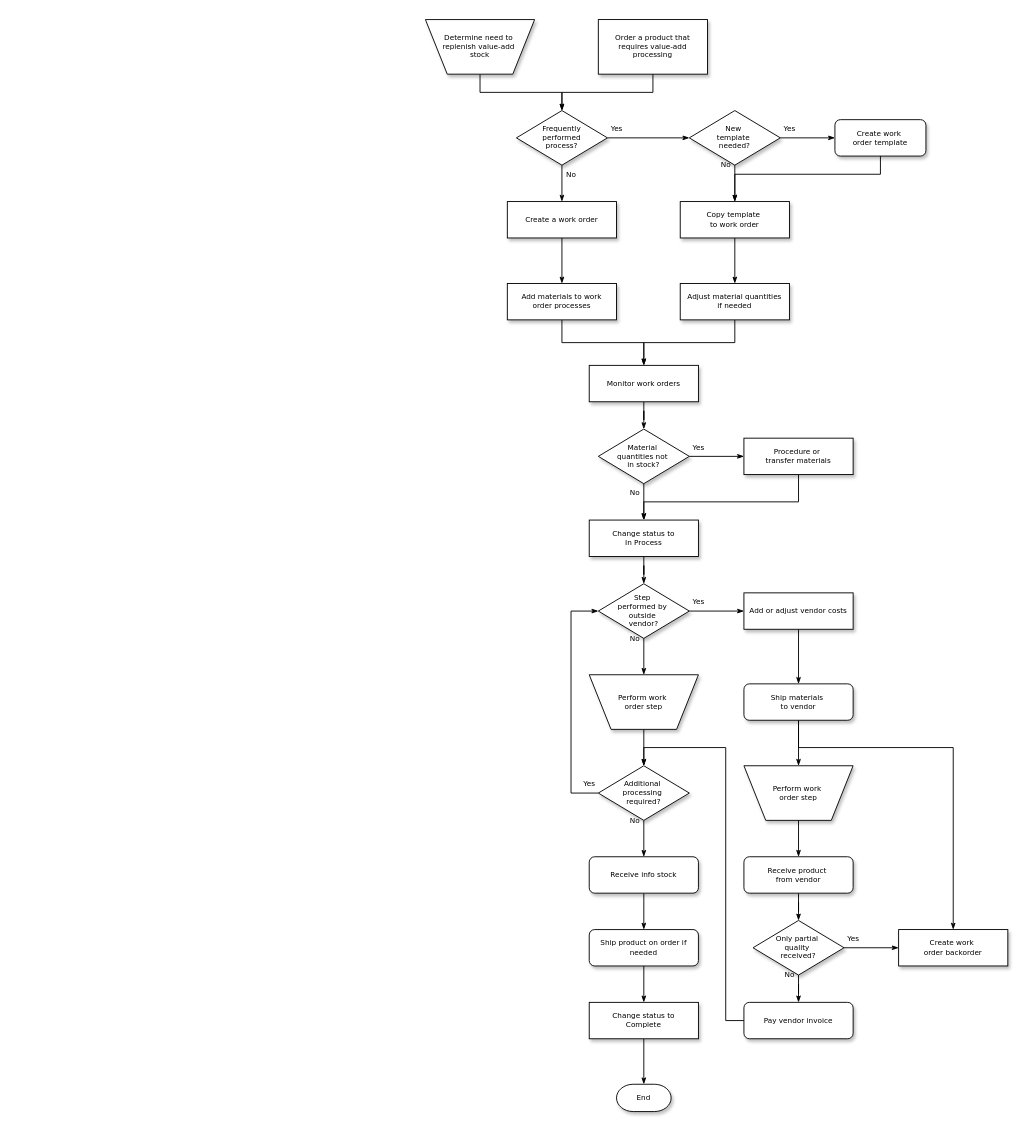
77Torpedo77/study keeps this draw.io diagram as Untitled Diagram.drawio. Above is the earlier version. Source tidied: cells renumbered, new cells numbered last; positions are measured from the earlier drawing's top-left corner, leaving out a move shared by most shapes. Both pictures are drawn from the tidied source at 91%, with x=0, y=0 at pixel (425, 19).
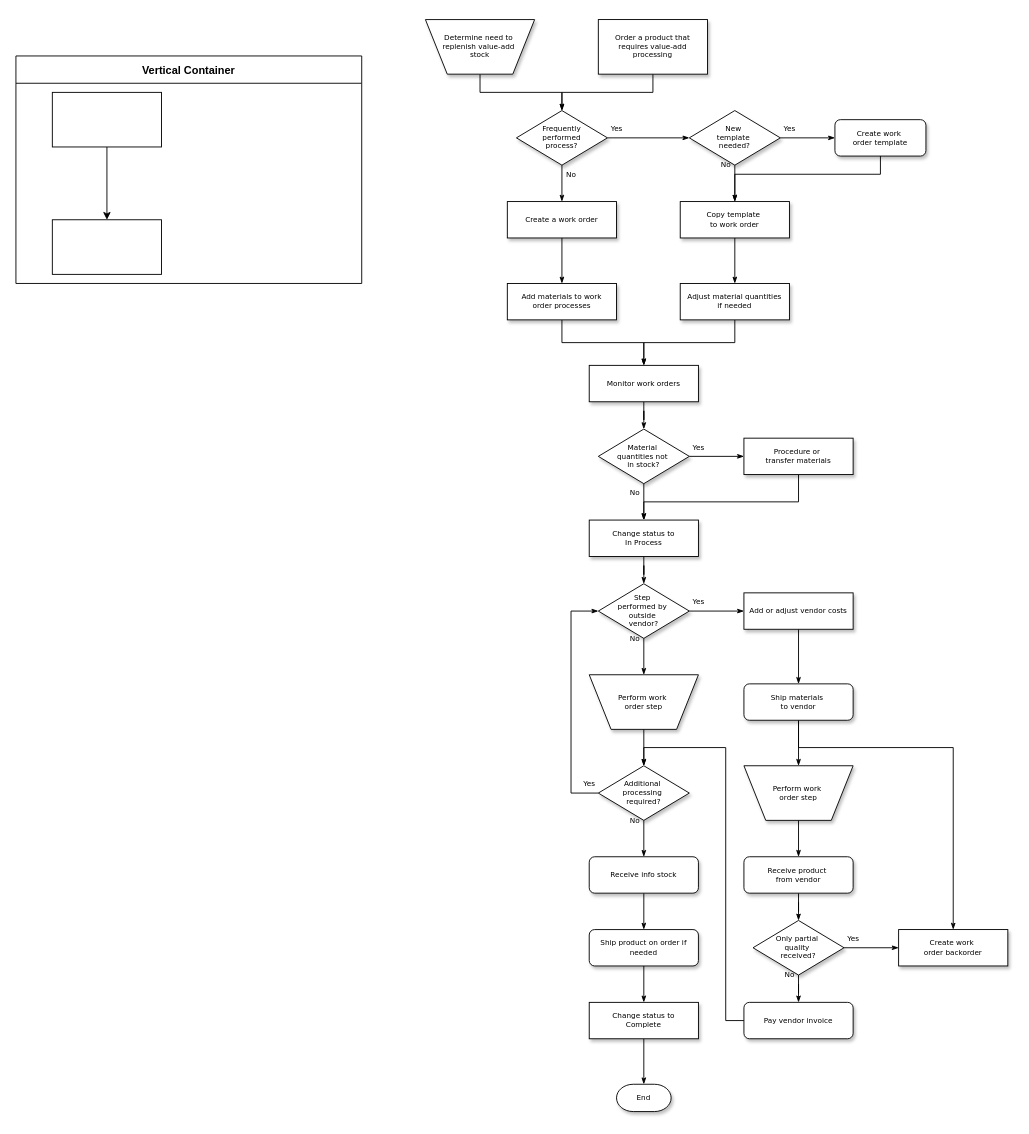
The same diagram, later.

Change to the diagram source:
```diff
@@
+    <mxCell id="61" value="Vertical Container" style="swimlane;startSize=30;" parent="1" vertex="1">
+      <mxGeometry x="-450" y="40" width="380" height="250" as="geometry" />
+    </mxCell>
+    <mxCell id="62" style="edgeStyle=orthogonalEdgeStyle;rounded=0;jettySize=auto;html=1;" parent="61" edge="1" source="63" target="64">
+      <mxGeometry relative="1" as="geometry" />
+    </mxCell>
+    <mxCell id="63" style="whiteSpace=wrap;html=1;" parent="61" vertex="1">
+      <mxGeometry x="40" y="40" width="120" height="60" as="geometry" />
+    </mxCell>
+    <mxCell id="64" style="whiteSpace=wrap;html=1;" parent="61" vertex="1">
+      <mxGeometry x="40" y="180" width="120" height="60" as="geometry" />
+    </mxCell>
```
